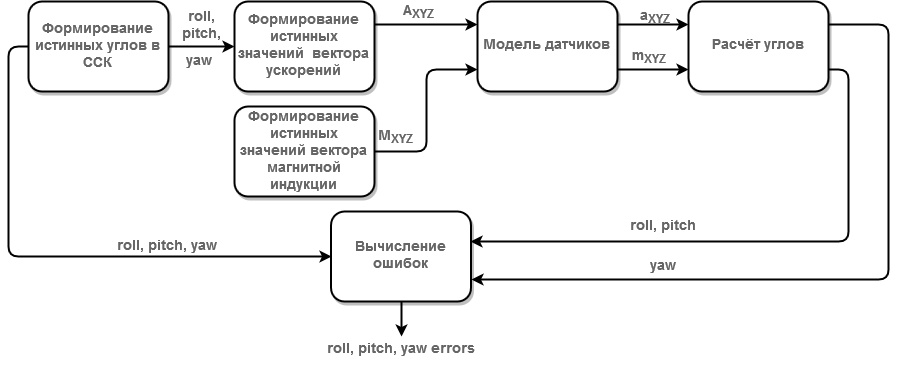
This is Untitled Diagram.png from DaryaMalafeeva/mems-errors, a draw.io export, as it was before one commit. Source tidied: cells renumbered, new cells last; positions are measured from the earlier drawing's top-left corner, leaving out a move shared by most shapes.
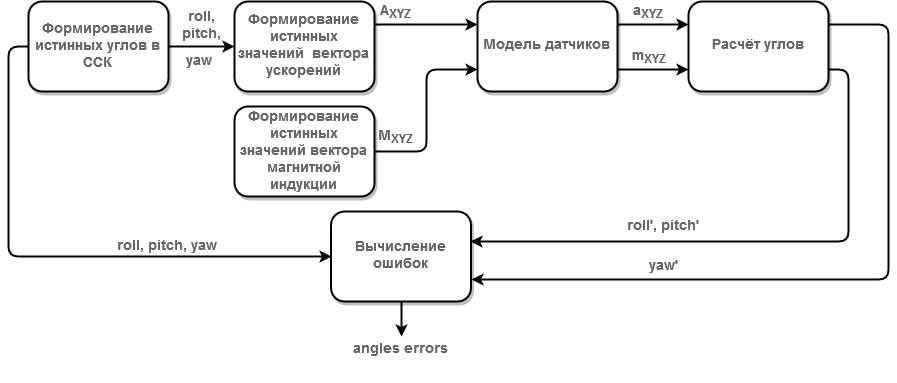
Above is the later version.

The edit, as a diff of the source:
```diff
@@ -58,27 +58,27 @@
       <mxGeometry x="158" y="5" width="30" height="40" as="geometry" />
     </mxCell>
     <mxCell id="15" value="&lt;font style=&quot;font-size: 14px&quot; color=&quot;#666666&quot;&gt;&lt;b&gt;A&lt;sub&gt;XYZ&lt;/sub&gt;&lt;/b&gt;&lt;/font&gt;" style="text;html=1;align=left;verticalAlign=top;spacingTop=-4;" parent="1" vertex="1">
-      <mxGeometry x="372.5" width="50" height="20" as="geometry" />
+      <mxGeometry x="350" width="50" height="20" as="geometry" />
     </mxCell>
     <mxCell id="16" value="&lt;font style=&quot;font-size: 14px&quot; color=&quot;#666666&quot;&gt;&lt;b&gt;M&lt;sub&gt;XYZ&lt;/sub&gt;&lt;/b&gt;&lt;/font&gt;" style="text;html=1;align=left;verticalAlign=top;spacingTop=-4;" parent="1" vertex="1">
       <mxGeometry x="347.5" y="125" width="50" height="20" as="geometry" />
     </mxCell>
     <mxCell id="17" value="&lt;font style=&quot;font-size: 14px&quot; color=&quot;#666666&quot;&gt;&lt;b&gt;a&lt;sub&gt;XYZ&lt;/sub&gt;&lt;/b&gt;&lt;/font&gt;" style="text;html=1;align=left;verticalAlign=top;spacingTop=-4;" parent="1" vertex="1">
-      <mxGeometry x="610" y="5" width="50" height="20" as="geometry" />
+      <mxGeometry x="602.5" width="50" height="20" as="geometry" />
     </mxCell>
     <mxCell id="18" value="&lt;font style=&quot;font-size: 14px&quot; color=&quot;#666666&quot;&gt;&lt;b&gt;m&lt;sub&gt;XYZ&lt;/sub&gt;&lt;/b&gt;&lt;/font&gt;" style="text;html=1;align=left;verticalAlign=top;spacingTop=-4;" parent="1" vertex="1">
       <mxGeometry x="601.5" y="45" width="50" height="20" as="geometry" />
     </mxCell>
-    <mxCell id="19" value="&lt;font style=&quot;font-size: 14px&quot; color=&quot;#666666&quot;&gt;&lt;b&gt;roll, pitch&lt;br&gt;&lt;/b&gt;&lt;/font&gt;" style="text;html=1;strokeColor=none;fillColor=none;align=center;verticalAlign=middle;whiteSpace=wrap;rounded=0;shadow=1;glass=0;comic=0;" parent="1" vertex="1">
+    <mxCell id="19" value="&lt;font style=&quot;font-size: 14px&quot; color=&quot;#666666&quot;&gt;&lt;b&gt;roll', pitch'&lt;br&gt;&lt;/b&gt;&lt;/font&gt;" style="text;html=1;strokeColor=none;fillColor=none;align=center;verticalAlign=middle;whiteSpace=wrap;rounded=0;shadow=1;glass=0;comic=0;" parent="1" vertex="1">
       <mxGeometry x="593.5" y="195" width="83" height="60" as="geometry" />
     </mxCell>
-    <mxCell id="20" value="&lt;font style=&quot;font-size: 14px&quot; color=&quot;#666666&quot;&gt;&lt;b&gt;yaw&lt;br&gt;&lt;/b&gt;&lt;/font&gt;" style="text;html=1;strokeColor=none;fillColor=none;align=center;verticalAlign=middle;whiteSpace=wrap;rounded=0;shadow=1;glass=0;comic=0;" parent="1" vertex="1">
+    <mxCell id="20" value="&lt;font style=&quot;font-size: 14px&quot; color=&quot;#666666&quot;&gt;&lt;b&gt;yaw'&lt;br&gt;&lt;/b&gt;&lt;/font&gt;" style="text;html=1;strokeColor=none;fillColor=none;align=center;verticalAlign=middle;whiteSpace=wrap;rounded=0;shadow=1;glass=0;comic=0;" parent="1" vertex="1">
       <mxGeometry x="602.5" y="255" width="65" height="20" as="geometry" />
     </mxCell>
     <mxCell id="21" value="&lt;font style=&quot;font-size: 14px&quot; color=&quot;#666666&quot;&gt;&lt;b&gt;roll, pitch, yaw&lt;/b&gt;&lt;/font&gt;" style="text;html=1;strokeColor=none;fillColor=none;align=center;verticalAlign=middle;whiteSpace=wrap;rounded=0;shadow=1;glass=0;comic=0;" parent="1" vertex="1">
       <mxGeometry x="80" y="215" width="115" height="60" as="geometry" />
     </mxCell>
-    <mxCell id="22" value="&lt;font style=&quot;font-size: 14px&quot; color=&quot;#666666&quot;&gt;&lt;b&gt;roll, pitch, yaw errors&lt;br&gt;&lt;/b&gt;&lt;/font&gt;" style="text;html=1;strokeColor=none;fillColor=none;align=center;verticalAlign=middle;whiteSpace=wrap;rounded=0;shadow=1;glass=0;comic=0;" parent="1" vertex="1">
+    <mxCell id="22" value="&lt;font style=&quot;font-size: 14px&quot; color=&quot;#666666&quot;&gt;&lt;b&gt;angles errors&lt;br&gt;&lt;/b&gt;&lt;/font&gt;" style="text;html=1;strokeColor=none;fillColor=none;align=center;verticalAlign=middle;whiteSpace=wrap;rounded=0;shadow=1;glass=0;comic=0;" parent="1" vertex="1">
       <mxGeometry x="290" y="318" width="165" height="60" as="geometry" />
     </mxCell>
     <mxCell id="23" value="&lt;font style=&quot;font-size: 14px&quot; color=&quot;#666666&quot;&gt;&lt;b&gt;&amp;nbsp;yaw&lt;/b&gt;&lt;/font&gt;" style="text;html=1;strokeColor=none;fillColor=none;align=center;verticalAlign=middle;whiteSpace=wrap;rounded=0;shadow=1;glass=0;comic=0;" parent="1" vertex="1">
```
